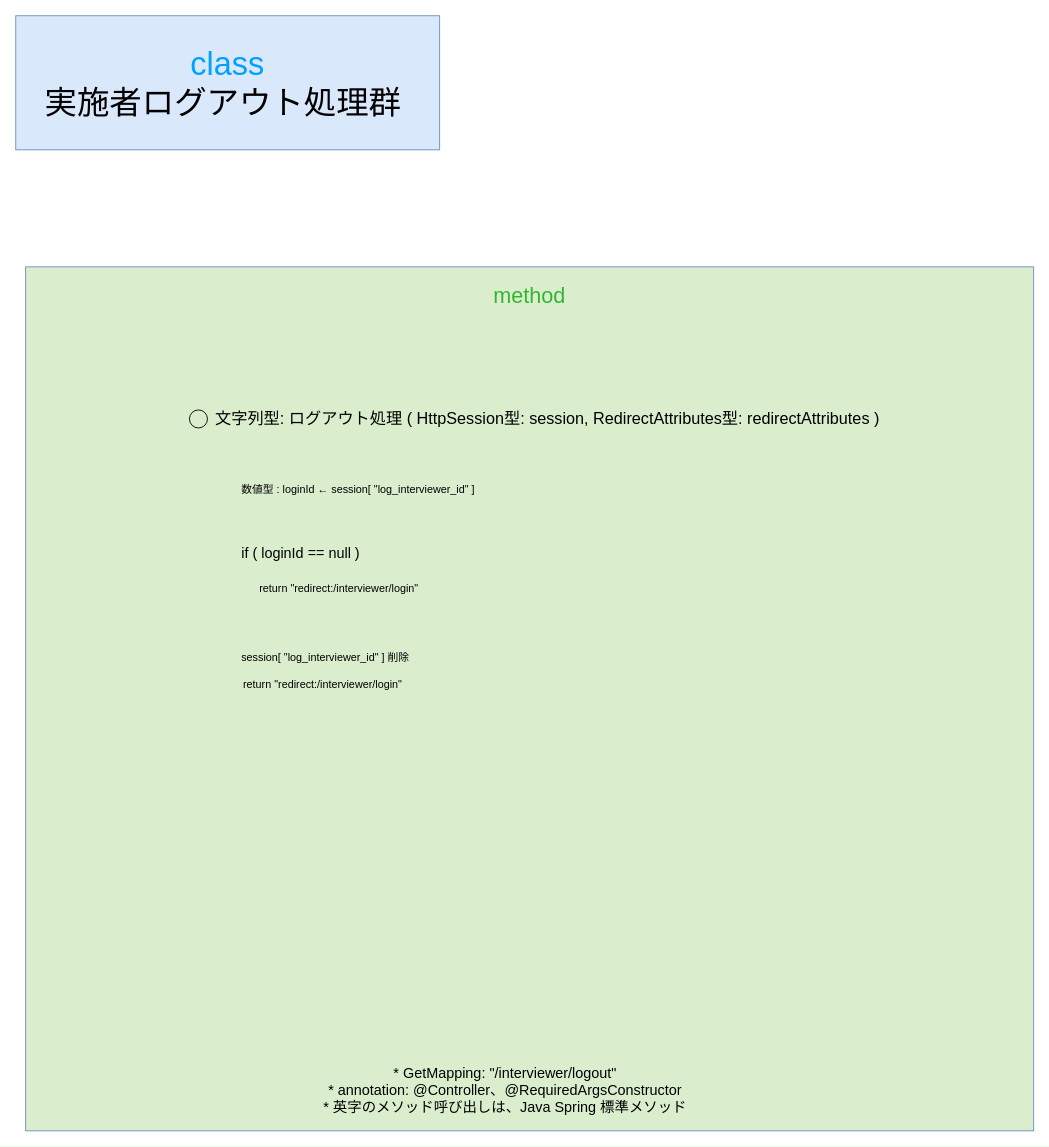
This is gijigengo/controller/interviewer/meeting_reservation_sys controller_interviewer LogoutControllerクラス 疑似言語.drawio from tro319/meeting_reservation_system, a draw.io file, before an edit. Source tidied: cells renumbered, new cells numbered last; positions are measured from the earlier drawing's top-left corner, leaving out a move shared by most shapes. Both pictures are drawn from the tidied source at 90%, with x=0, y=0 at pixel (15, 15).
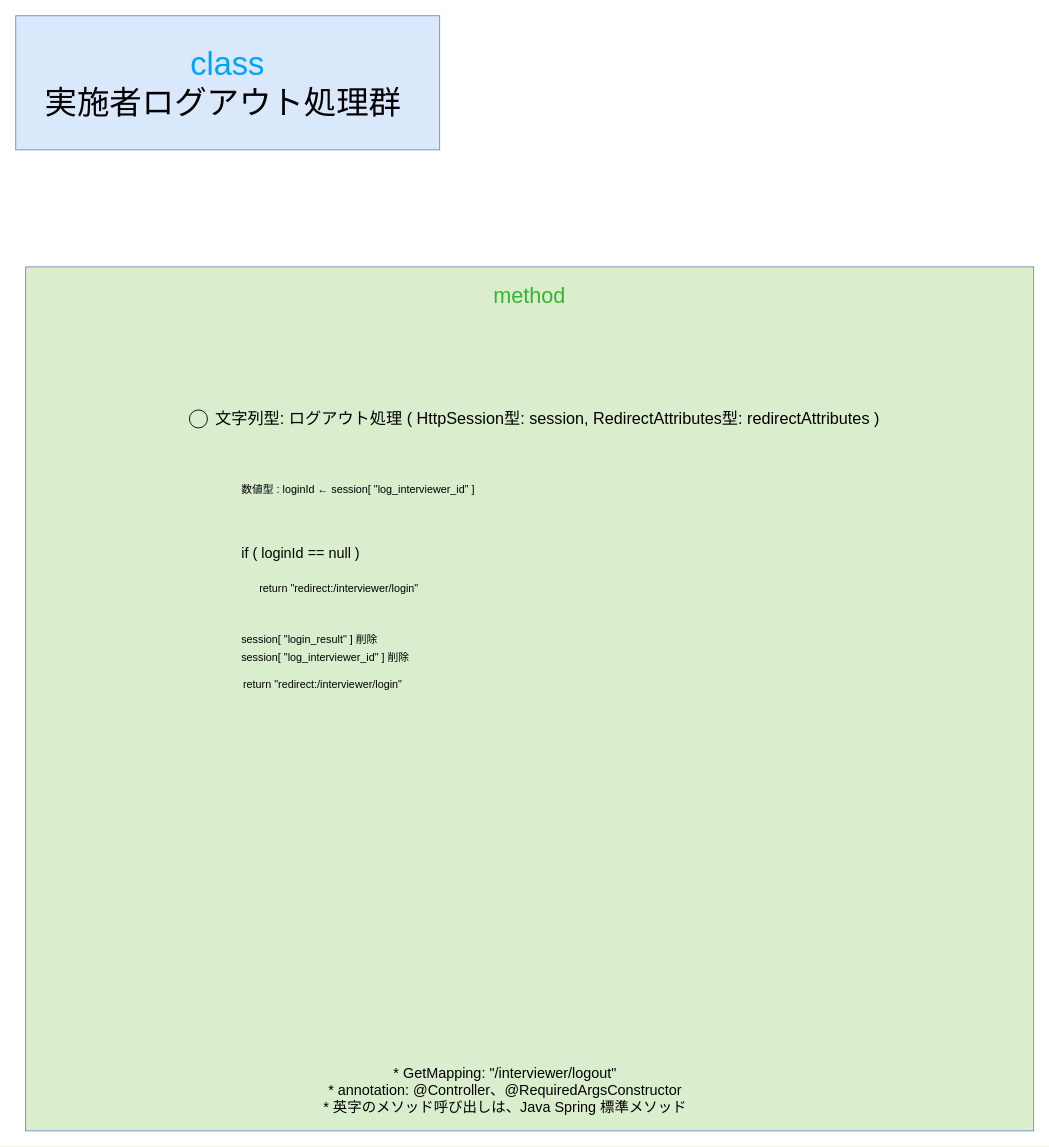
Above is the later version.

The edit, as a diff of the source:
```diff
@@
 <mxGraphModel>
   <root>
     <mxCell id="0" />
     <mxCell id="1" parent="0" />
     <mxCell id="2" value="&lt;div&gt;&lt;span style=&quot;color: rgb(0, 161, 255);&quot;&gt;class&lt;/span&gt;&lt;/div&gt;&lt;div&gt;実施者ログアウト処理群&amp;nbsp;&lt;/div&gt;" style="text;html=1;whiteSpace=wrap;strokeColor=#6c8ebf;fillColor=#dae8fc;align=center;verticalAlign=middle;rounded=0;fontSize=36;" parent="1" vertex="1">
       <mxGeometry width="471" height="149" as="geometry" />
     </mxCell>
     <mxCell id="3" value="&lt;div&gt;&lt;font style=&quot;font-size: 24px;&quot;&gt;&lt;span style=&quot;color: rgb(50, 182, 49);&quot;&gt;&lt;span style=&quot;&quot;&gt;&lt;span style=&quot;&quot;&gt;&lt;span&gt;method&lt;/span&gt;&lt;/span&gt;&lt;/span&gt;&lt;/span&gt;&lt;/font&gt;&lt;/div&gt;&lt;div&gt;&lt;font style=&quot;font-size: 24px;&quot;&gt;&lt;span style=&quot;color: rgba(0, 0, 0, 0);&quot;&gt;&lt;span style=&quot;color: rgba(0, 0, 0, 0);&quot;&gt;&lt;span style=&quot;&quot;&gt;&lt;span style=&quot;&quot;&gt;&lt;br&gt;&lt;/span&gt;&lt;/span&gt;&lt;/span&gt;&lt;/span&gt;&lt;/font&gt;&lt;/div&gt;" style="text;html=1;whiteSpace=wrap;strokeColor=#6c8ebf;fillColor=light-dark(#daeece, #214210);align=center;verticalAlign=top;rounded=0;fontSize=36;fontColor=#00A1FF;" parent="1" vertex="1">
       <mxGeometry x="11" y="279" width="1120" height="960" as="geometry" />
     </mxCell>
     <mxCell id="4" value="&lt;div&gt;&lt;span style=&quot;color: rgb(0, 0, 0);&quot;&gt;&lt;font&gt;数値型 : loginId ←&amp;nbsp;&lt;/font&gt;&lt;/span&gt;&lt;span style=&quot;color: rgb(0, 0, 0);&quot;&gt;&lt;font&gt;session[ &quot;log_interviewer_id&quot; ]&lt;/font&gt;&lt;/span&gt;&lt;/div&gt;" style="text;html=1;whiteSpace=wrap;strokeColor=none;fillColor=none;align=left;verticalAlign=middle;rounded=0;fontSize=12;" parent="1" vertex="1">
       <mxGeometry x="249" y="512" width="590" height="30" as="geometry" />
     </mxCell>
     <mxCell id="5" value="&lt;div&gt;&lt;span&gt;&lt;span&gt;&lt;span style=&quot;color: rgb(0, 0, 0);&quot;&gt;&lt;font style=&quot;font-size: 16px;&quot;&gt;* GetMapping: &quot;/interviewer/logout&quot;&lt;/font&gt;&lt;/span&gt;&lt;/span&gt;&lt;/span&gt;&lt;/div&gt;&lt;div&gt;&lt;span&gt;&lt;span&gt;&lt;span style=&quot;color: rgb(0, 0, 0);&quot;&gt;&lt;font style=&quot;font-size: 16px;&quot;&gt;* annotation: @Controller、@RequiredArgsConstructor&lt;/font&gt;&lt;/span&gt;&lt;/span&gt;&lt;/span&gt;&lt;/div&gt;&lt;div&gt;&lt;span&gt;&lt;span&gt;&lt;span style=&quot;color: rgb(0, 0, 0);&quot;&gt;&lt;font style=&quot;font-size: 16px;&quot;&gt;* 英字のメソッド呼び出しは、Java Spring 標準メソッド&lt;/font&gt;&lt;/span&gt;&lt;/span&gt;&lt;/span&gt;&lt;/div&gt;" style="text;html=1;whiteSpace=wrap;strokeColor=none;fillColor=none;align=center;verticalAlign=middle;rounded=0;" parent="1" vertex="1">
       <mxGeometry x="249" y="1179" width="590" height="30" as="geometry" />
     </mxCell>
     <mxCell id="6" value="&lt;div align=&quot;left&quot;&gt;&lt;span style=&quot;color: rgb(0, 0, 0);&quot;&gt;&lt;font style=&quot;font-size: 16px;&quot;&gt;if ( loginId == null )&amp;nbsp;&lt;/font&gt;&lt;/span&gt;&lt;/div&gt;" style="text;html=1;whiteSpace=wrap;strokeColor=none;fillColor=none;align=left;verticalAlign=middle;rounded=0;" parent="1" vertex="1">
       <mxGeometry x="249" y="582" width="590" height="30" as="geometry" />
     </mxCell>
     <mxCell id="7" value="return &quot;redirect:/interviewer/login&quot;" style="text;html=1;whiteSpace=wrap;strokeColor=none;fillColor=none;align=left;verticalAlign=middle;rounded=0;" parent="1" vertex="1">
       <mxGeometry x="269" y="622" width="590" height="30" as="geometry" />
     </mxCell>
     <mxCell id="8" value="&amp;nbsp; &amp;nbsp; &amp;nbsp; &amp;nbsp; &amp;nbsp; &amp;nbsp; &amp;nbsp;" style="ellipse;whiteSpace=wrap;html=1;fillColor=none;" parent="1" vertex="1">
       <mxGeometry x="193" y="438" width="20" height="20" as="geometry" />
     </mxCell>
     <mxCell id="9" value="&lt;font style=&quot;font-size: 18px;&quot;&gt;&lt;span&gt;&lt;span&gt;&lt;span style=&quot;color: rgb(0, 0, 0);&quot;&gt;&lt;font&gt;文字列型: ログアウト処理 ( HttpSession型: session, RedirectAttributes型: redirectAttributes )&lt;/font&gt;&lt;/span&gt;&lt;/span&gt;&lt;/span&gt;&lt;/font&gt;" style="whiteSpace=wrap;html=1;fillColor=none;labelBorderColor=none;strokeColor=none;" parent="1" vertex="1">
       <mxGeometry x="115.9" y="433" width="950.3" height="30" as="geometry" />
     </mxCell>
     <mxCell id="10" value="return &quot;redirect:/interviewer/login&quot;" style="text;html=1;whiteSpace=wrap;strokeColor=none;fillColor=none;align=left;verticalAlign=middle;rounded=0;" parent="1" vertex="1">
       <mxGeometry x="251" y="729" width="590" height="30" as="geometry" />
     </mxCell>
     <mxCell id="11" value="session[ &quot;log_interviewer_id&quot; ] 削除" style="text;html=1;whiteSpace=wrap;strokeColor=none;fillColor=none;align=left;verticalAlign=middle;rounded=0;" parent="1" vertex="1">
       <mxGeometry x="249" y="699" width="624" height="30" as="geometry" />
     </mxCell>
+    <mxCell id="12" value="session[ &quot;login_result&quot; ] 削除" style="text;html=1;whiteSpace=wrap;strokeColor=none;fillColor=none;align=left;verticalAlign=middle;rounded=0;" parent="1" vertex="1">
+      <mxGeometry x="249" y="679" width="624" height="30" as="geometry" />
+    </mxCell>
   </root>
 </mxGraphModel>
```
